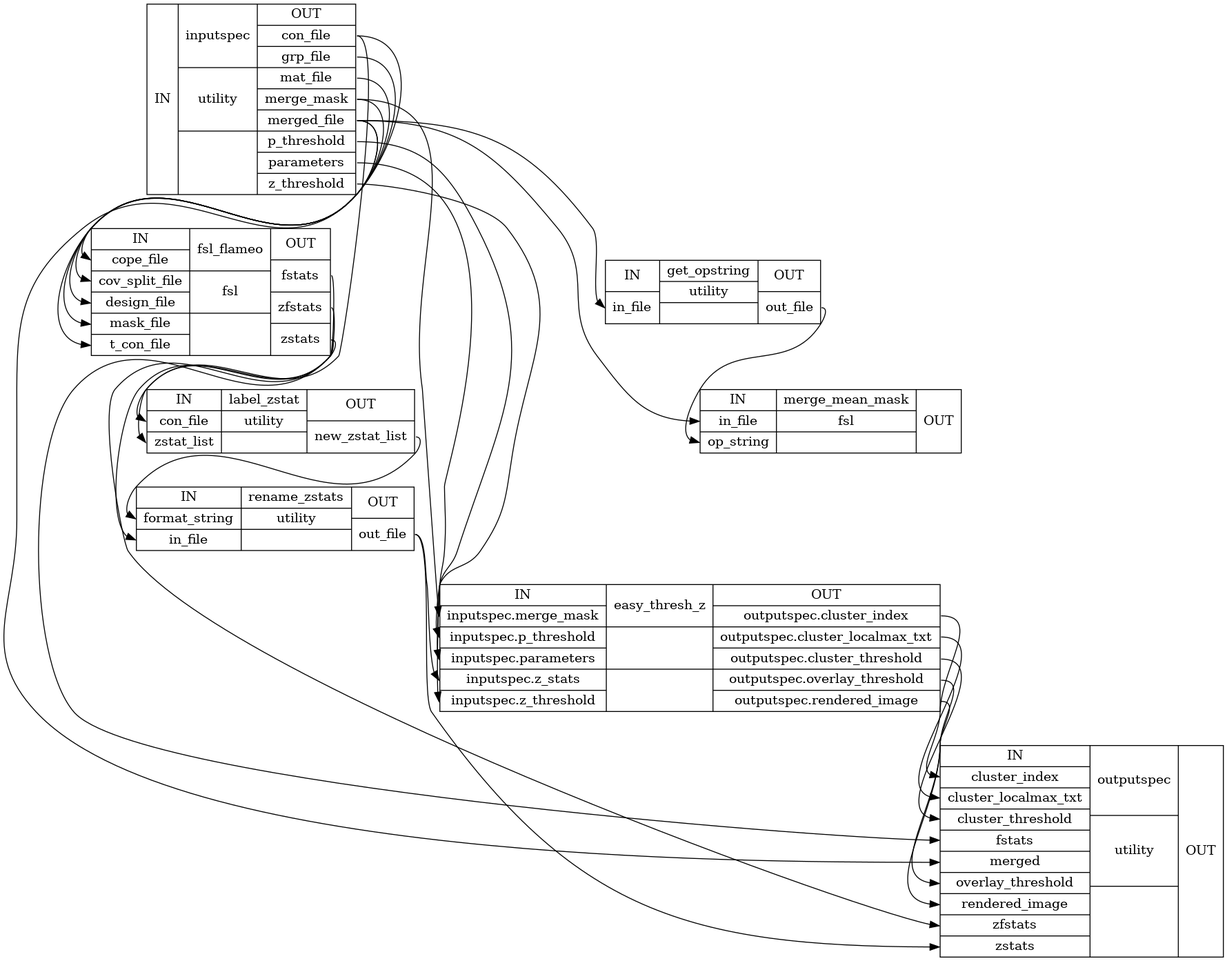
Before: docs/nightly/developer/workflows/images/generated/group_analysis_detailed.png, a diagram exported from Graphviz (FCP-INDI/fcp-indi.github.io). Its source is kept beside it as docs/nightly/developer/workflows/images/generated/group_analysis_detailed.dot. Source of this version:
```dot
digraph structs {
node [shape=record];
"groupAnalysisinputspec" [label="{IN}|{ inputspec | utility |  }|{OUT|<outconfile> con_file|<outgrpfile> grp_file|<outmatfile> mat_file|<outmergemask> merge_mask|<outmergedfile> merged_file|<outpthreshold> p_threshold|<outparameters> parameters|<outzthreshold> z_threshold}"];
"groupAnalysisfsl_flameo" [label="{IN|<incopefile> cope_file|<incovsplitfile> cov_split_file|<indesignfile> design_file|<inmaskfile> mask_file|<intconfile> t_con_file}|{ fsl_flameo | fsl |  }|{OUT|<outfstats> fstats|<outzfstats> zfstats|<outzstats> zstats}"];
"groupAnalysisget_opstring" [label="{IN|<ininfile> in_file}|{ get_opstring | utility |  }|{OUT|<outoutfile> out_file}"];
"groupAnalysislabel_zstat" [label="{IN|<inconfile> con_file|<inzstatlist> zstat_list}|{ label_zstat | utility |  }|{OUT|<outnewzstatlist> new_zstat_list}"];
"groupAnalysismerge_mean_mask" [label="{IN|<ininfile> in_file|<inopstring> op_string}|{ merge_mean_mask | fsl |  }|{OUT}"];
"groupAnalysisrename_zstats" [label="{IN|<informatstring> format_string|<ininfile> in_file}|{ rename_zstats | utility |  }|{OUT|<outoutfile> out_file}"];
"groupAnalysiseasy_thresh_z" [label="{IN|<ininputspecmergemask> inputspec.merge_mask|<ininputspecpthreshold> inputspec.p_threshold|<ininputspecparameters> inputspec.parameters|<ininputspeczstats> inputspec.z_stats|<ininputspeczthreshold> inputspec.z_threshold}|{ easy_thresh_z |  |  }|{OUT|<outoutputspecclusterindex> outputspec.cluster_index|<outoutputspecclusterlocalmaxtxt> outputspec.cluster_localmax_txt|<outoutputspecclusterthreshold> outputspec.cluster_threshold|<outoutputspecoverlaythreshold> outputspec.overlay_threshold|<outoutputspecrenderedimage> outputspec.rendered_image}"];
"groupAnalysisoutputspec" [label="{IN|<inclusterindex> cluster_index|<inclusterlocalmaxtxt> cluster_localmax_txt|<inclusterthreshold> cluster_threshold|<infstats> fstats|<inmerged> merged|<inoverlaythreshold> overlay_threshold|<inrenderedimage> rendered_image|<inzfstats> zfstats|<inzstats> zstats}|{ outputspec | utility |  }|{OUT}"];
"groupAnalysiseasy_thresh_z":"outoutputspecclusterindex":e -> "groupAnalysisoutputspec":"inclusterindex":w;
"groupAnalysiseasy_thresh_z":"outoutputspecclusterlocalmaxtxt":e -> "groupAnalysisoutputspec":"inclusterlocalmaxtxt":w;
"groupAnalysiseasy_thresh_z":"outoutputspecclusterthreshold":e -> "groupAnalysisoutputspec":"inclusterthreshold":w;
"groupAnalysiseasy_thresh_z":"outoutputspecoverlaythreshold":e -> "groupAnalysisoutputspec":"inoverlaythreshold":w;
"groupAnalysiseasy_thresh_z":"outoutputspecrenderedimage":e -> "groupAnalysisoutputspec":"inrenderedimage":w;
"groupAnalysisfsl_flameo":"outfstats":e -> "groupAnalysisoutputspec":"infstats":w;
"groupAnalysisfsl_flameo":"outzfstats":e -> "groupAnalysisoutputspec":"inzfstats":w;
"groupAnalysisfsl_flameo":"outzstats":e -> "groupAnalysislabel_zstat":"inzstatlist":w;
"groupAnalysisfsl_flameo":"outzstats":e -> "groupAnalysisrename_zstats":"ininfile":w;
"groupAnalysisget_opstring":"outoutfile":e -> "groupAnalysismerge_mean_mask":"inopstring":w;
"groupAnalysisinputspec":"outconfile":e -> "groupAnalysisfsl_flameo":"intconfile":w;
"groupAnalysisinputspec":"outconfile":e -> "groupAnalysislabel_zstat":"inconfile":w;
"groupAnalysisinputspec":"outgrpfile":e -> "groupAnalysisfsl_flameo":"incovsplitfile":w;
"groupAnalysisinputspec":"outmatfile":e -> "groupAnalysisfsl_flameo":"indesignfile":w;
"groupAnalysisinputspec":"outmergedfile":e -> "groupAnalysisfsl_flameo":"incopefile":w;
"groupAnalysisinputspec":"outmergedfile":e -> "groupAnalysisget_opstring":"ininfile":w;
"groupAnalysisinputspec":"outmergedfile":e -> "groupAnalysismerge_mean_mask":"ininfile":w;
"groupAnalysisinputspec":"outmergedfile":e -> "groupAnalysisoutputspec":"inmerged":w;
"groupAnalysisinputspec":"outmergemask":e -> "groupAnalysiseasy_thresh_z":"ininputspecmergemask":w;
"groupAnalysisinputspec":"outmergemask":e -> "groupAnalysisfsl_flameo":"inmaskfile":w;
"groupAnalysisinputspec":"outparameters":e -> "groupAnalysiseasy_thresh_z":"ininputspecparameters":w;
"groupAnalysisinputspec":"outpthreshold":e -> "groupAnalysiseasy_thresh_z":"ininputspecpthreshold":w;
"groupAnalysisinputspec":"outzthreshold":e -> "groupAnalysiseasy_thresh_z":"ininputspeczthreshold":w;
"groupAnalysislabel_zstat":"outnewzstatlist":e -> "groupAnalysisrename_zstats":"informatstring":w;
"groupAnalysisrename_zstats":"outoutfile":e -> "groupAnalysiseasy_thresh_z":"ininputspeczstats":w;
"groupAnalysisrename_zstats":"outoutfile":e -> "groupAnalysisoutputspec":"inzstats":w;
}
```
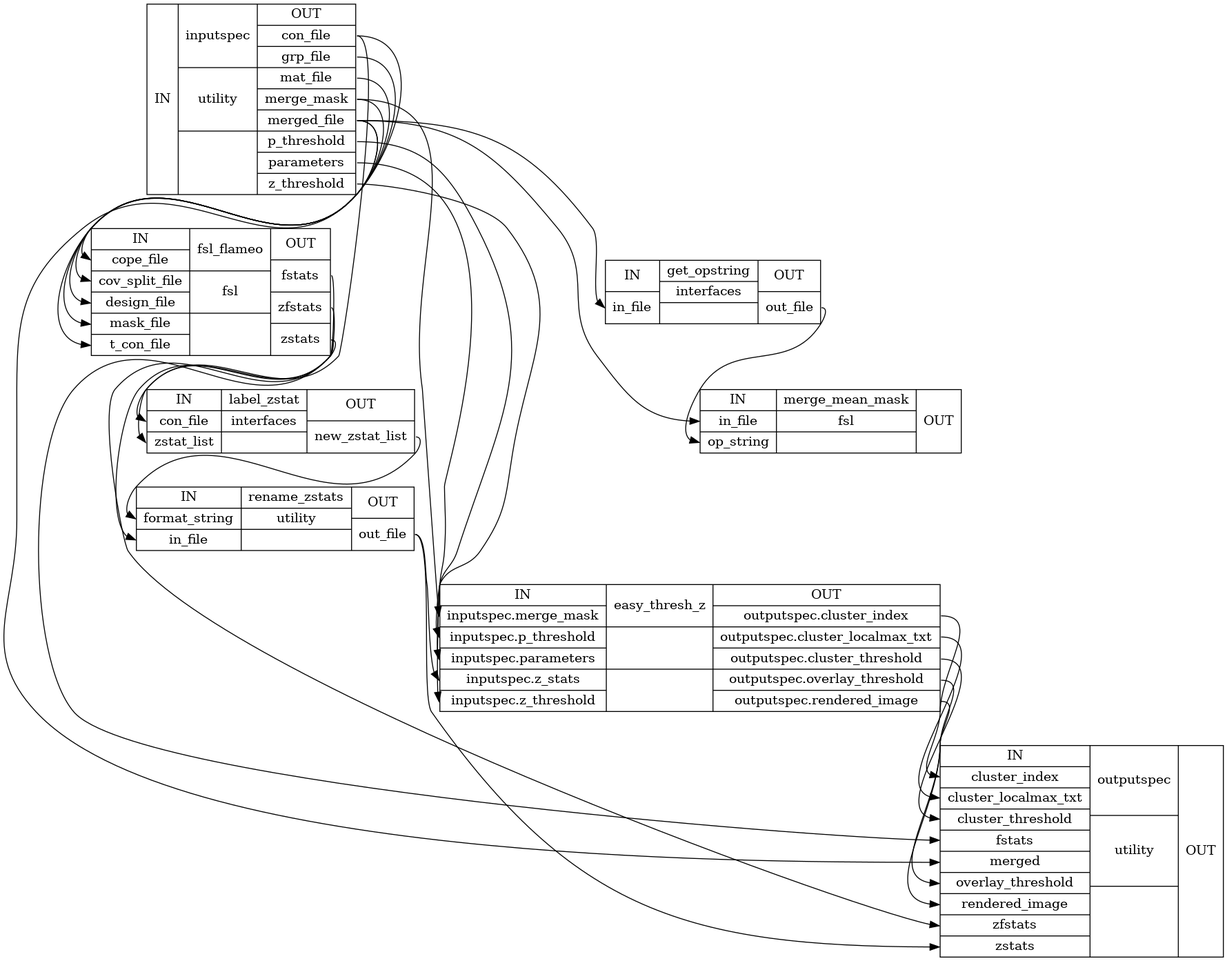
Later version of the same file.

Diff of the diagram source:
```diff
@@ -2,8 +2,8 @@
 node [shape=record];
 "groupAnalysisinputspec" [label="{IN}|{ inputspec | utility |  }|{OUT|<outconfile> con_file|<outgrpfile> grp_file|<outmatfile> mat_file|<outmergemask> merge_mask|<outmergedfile> merged_file|<outpthreshold> p_threshold|<outparameters> parameters|<outzthreshold> z_threshold}"];
 "groupAnalysisfsl_flameo" [label="{IN|<incopefile> cope_file|<incovsplitfile> cov_split_file|<indesignfile> design_file|<inmaskfile> mask_file|<intconfile> t_con_file}|{ fsl_flameo | fsl |  }|{OUT|<outfstats> fstats|<outzfstats> zfstats|<outzstats> zstats}"];
-"groupAnalysisget_opstring" [label="{IN|<ininfile> in_file}|{ get_opstring | utility |  }|{OUT|<outoutfile> out_file}"];
-"groupAnalysislabel_zstat" [label="{IN|<inconfile> con_file|<inzstatlist> zstat_list}|{ label_zstat | utility |  }|{OUT|<outnewzstatlist> new_zstat_list}"];
+"groupAnalysisget_opstring" [label="{IN|<ininfile> in_file}|{ get_opstring | interfaces |  }|{OUT|<outoutfile> out_file}"];
+"groupAnalysislabel_zstat" [label="{IN|<inconfile> con_file|<inzstatlist> zstat_list}|{ label_zstat | interfaces |  }|{OUT|<outnewzstatlist> new_zstat_list}"];
 "groupAnalysismerge_mean_mask" [label="{IN|<ininfile> in_file|<inopstring> op_string}|{ merge_mean_mask | fsl |  }|{OUT}"];
 "groupAnalysisrename_zstats" [label="{IN|<informatstring> format_string|<ininfile> in_file}|{ rename_zstats | utility |  }|{OUT|<outoutfile> out_file}"];
 "groupAnalysiseasy_thresh_z" [label="{IN|<ininputspecmergemask> inputspec.merge_mask|<ininputspecpthreshold> inputspec.p_threshold|<ininputspecparameters> inputspec.parameters|<ininputspeczstats> inputspec.z_stats|<ininputspeczthreshold> inputspec.z_threshold}|{ easy_thresh_z |  |  }|{OUT|<outoutputspecclusterindex> outputspec.cluster_index|<outoutputspecclusterlocalmaxtxt> outputspec.cluster_localmax_txt|<outoutputspecclusterthreshold> outputspec.cluster_threshold|<outoutputspecoverlaythreshold> outputspec.overlay_threshold|<outoutputspecrenderedimage> outputspec.rendered_image}"];
```
